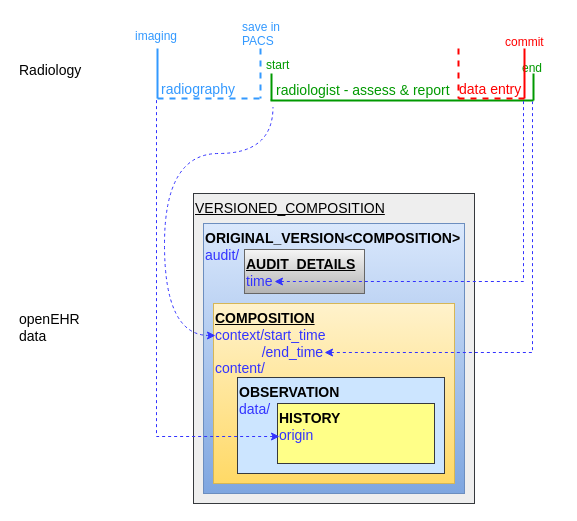
Earlier version of the draw.io diagram docs/ehr/diagrams/time_in_the_ehr-radiology.drawio (openEHR/specifications-RM). Source tidied: cells renumbered, new cells numbered last; positions are measured from the earlier drawing's top-left corner, leaving out a move shared by most shapes. Both pictures are drawn from the tidied source at 100%, with x=0, y=0 at pixel (17, 17).
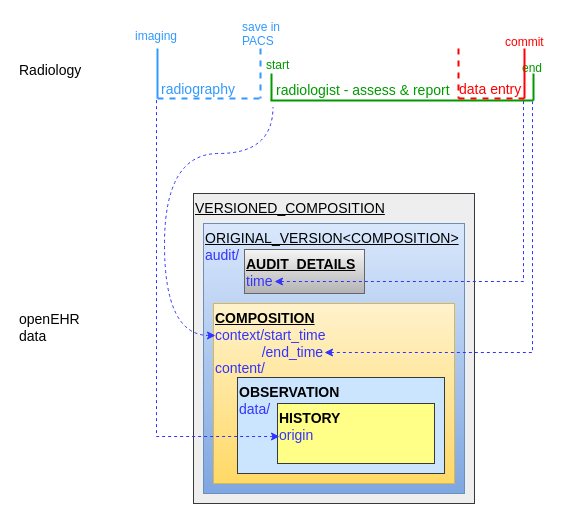
The same diagram, later.

The edit, as a diff of the source:
```diff
@@
-    <mxCell id="20" value="&lt;b&gt;ORIGINAL_VERSION&amp;lt;COMPOSITION&amp;gt;&lt;/b&gt;&lt;br&gt;&lt;font color=&quot;#3333ff&quot;&gt;audit/&lt;/font&gt;" style="rounded=0;whiteSpace=wrap;html=1;fontSize=14;verticalAlign=top;align=left;fillColor=#dae8fc;strokeColor=#6c8ebf;gradientColor=#7ea6e0;" parent="1" vertex="1">
+    <mxCell id="20" value="&lt;u&gt;&lt;span&gt;ORIGINAL_VERSION&amp;lt;COMPOSITION&amp;gt;&lt;/span&gt;&lt;br&gt;&lt;/u&gt;&lt;font color=&quot;#3333ff&quot;&gt;audit/&lt;/font&gt;" style="rounded=0;whiteSpace=wrap;html=1;fontSize=14;verticalAlign=top;align=left;fillColor=#dae8fc;strokeColor=#6c8ebf;gradientColor=#7ea6e0;fontStyle=0;" parent="1" vertex="1">
       <mxGeometry x="186" y="206" width="261" height="270" as="geometry" />
     </mxCell>
```
